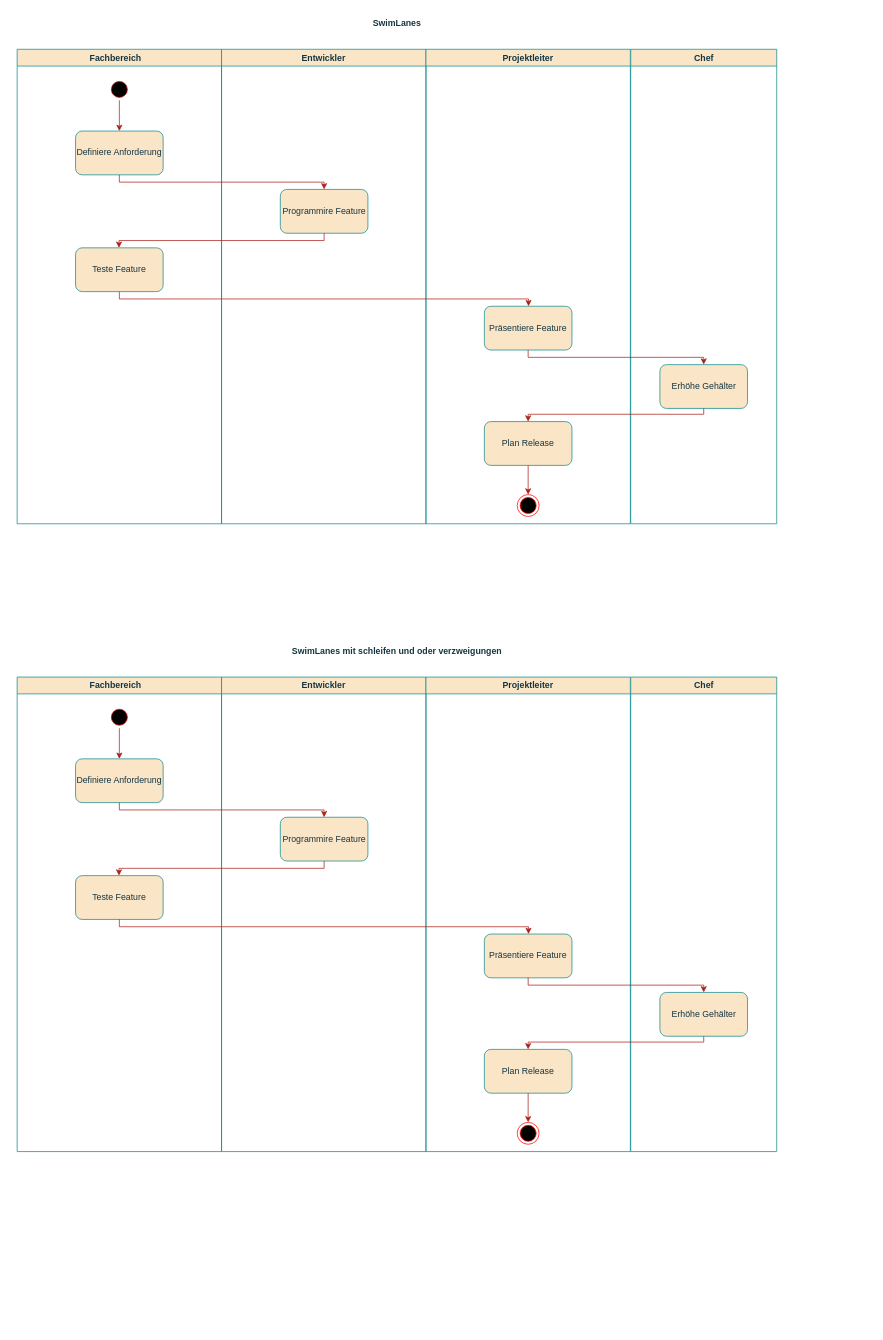
This is AktivitätsDiagramm.drawio from PythonPokemon/Draw.io, a draw.io file, before an edit. Source tidied: cells renumbered, new cells numbered last; positions are measured from the earlier drawing's top-left corner, leaving out a move shared by most shapes. Both pictures are drawn from the tidied source at 73%, with x=0, y=0 at pixel (17, 12).
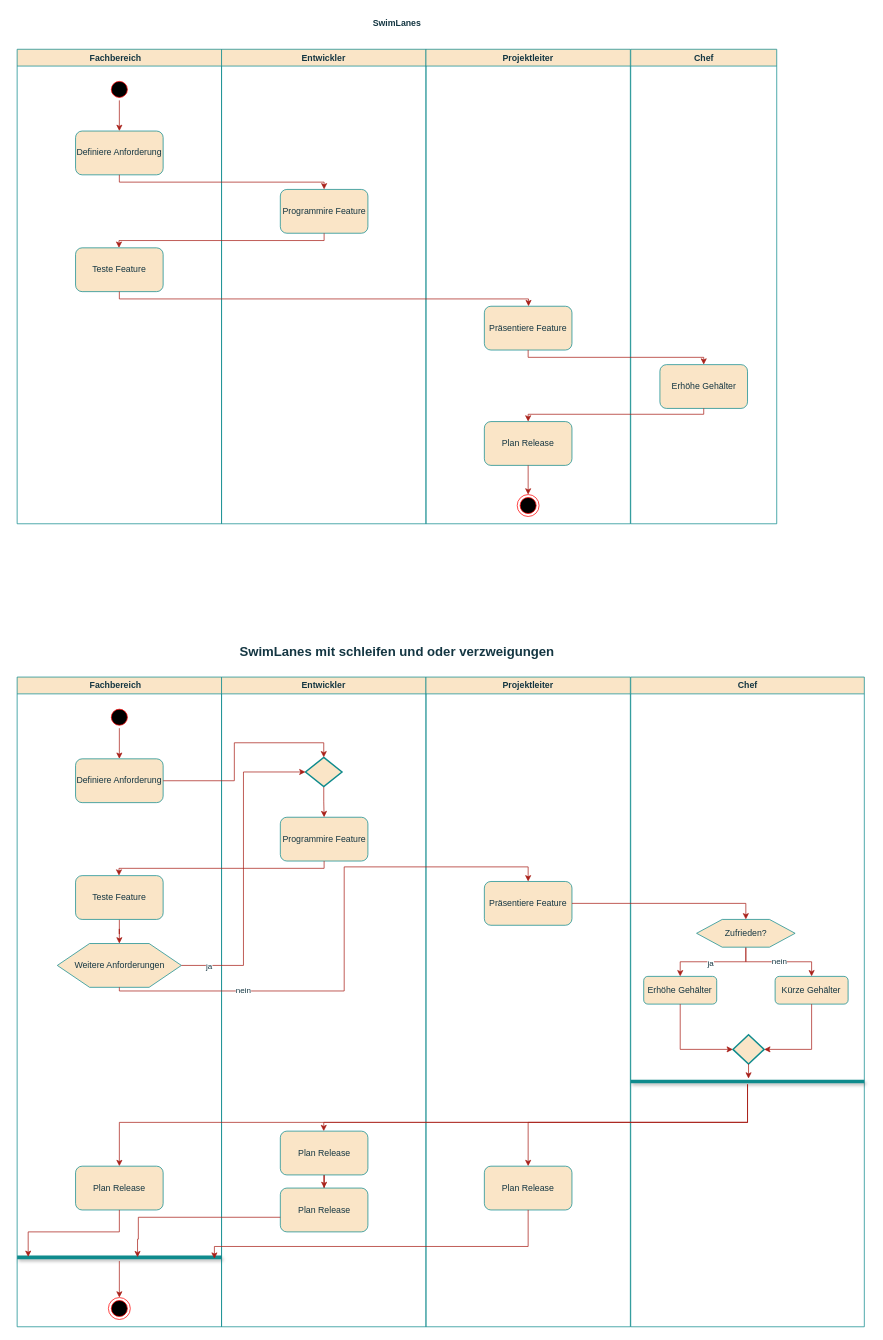
After the change.

The change refers to these unchanged cells:
```xml
<mxCell id="23" value="Definiere Anforderung" style="rounded=1;whiteSpace=wrap;html=1;labelBackgroundColor=none;fillColor=#FAE5C7;strokeColor=#0F8B8D;fontColor=#143642;" parent="22" vertex="1">
  <mxGeometry x="80" y="112" width="120" height="60" as="geometry" />
</mxCell>
<mxCell id="24" value="Teste Feature" style="rounded=1;whiteSpace=wrap;html=1;labelBackgroundColor=none;fillColor=#FAE5C7;strokeColor=#0F8B8D;fontColor=#143642;" parent="22" vertex="1">
  <mxGeometry x="80" y="272" width="120" height="60" as="geometry" />
</mxCell>
<mxCell id="28" value="Programmire Feature" style="rounded=1;whiteSpace=wrap;html=1;labelBackgroundColor=none;fillColor=#FAE5C7;strokeColor=#0F8B8D;fontColor=#143642;" parent="27" vertex="1">
  <mxGeometry x="80.5" y="192" width="120" height="60" as="geometry" />
</mxCell>
```

Diff of the diagram source:
```diff
@@
     <mxCell id="22" value="Fachbereich   " style="swimlane;whiteSpace=wrap;labelBackgroundColor=none;fillColor=#FAE5C7;strokeColor=#0F8B8D;fontColor=#143642;" parent="1" vertex="1">
-      <mxGeometry y="910" width="280" height="650" as="geometry" />
+      <mxGeometry y="910" width="280" height="890" as="geometry" />
     </mxCell>
@@
+    <mxCell id="42" style="edgeStyle=orthogonalEdgeStyle;rounded=0;jettySize=auto;html=1;strokeColor=#A8201A;fontColor=#143642;fillColor=#FAE5C7;" parent="22" edge="1" source="24" target="43">
+      <mxGeometry relative="1" as="geometry" />
+    </mxCell>
@@
+    <mxCell id="43" style="verticalLabelPosition=bottom;verticalAlign=top;html=1;shape=hexagon;perimeter=hexagonPerimeter2;arcSize=6;size=0.26;strokeColor=#0F8B8D;fontColor=#143642;fillColor=#FAE5C7;" parent="22" vertex="1">
+      <mxGeometry x="55" y="365" width="170" height="60" as="geometry" />
+    </mxCell>
+    <mxCell id="44" value="Weitere Anforderungen" style="text;html=1;align=center;verticalAlign=middle;strokeColor=none;fillColor=none;fontColor=#143642;" parent="22" vertex="1">
+      <mxGeometry x="65" y="380" width="150" height="30" as="geometry" />
+    </mxCell>
+    <mxCell id="45" value="Plan Release" style="rounded=1;whiteSpace=wrap;html=1;strokeColor=#0F8B8D;fontColor=#143642;fillColor=#FAE5C7;" parent="22" vertex="1">
+      <mxGeometry x="80" y="670" width="120" height="60" as="geometry" />
+    </mxCell>
+    <mxCell id="46" style="line;strokeWidth=5;fillColor=none;align=left;verticalAlign=middle;spacingTop=-1;spacingLeft=3;spacingRight=3;labelPosition=right;points=[];portConstraint=eastwest;strokeColor=inherit;fontColor=#143642;shadow=1;" parent="22" vertex="1">
+      <mxGeometry y="790" width="280" height="10" as="geometry" />
+    </mxCell>
+    <mxCell id="39" style="ellipse;html=1;shape=endState;fillColor=#000000;strokeColor=#ff0000;fontColor=#143642;" parent="22" vertex="1">
+      <mxGeometry x="125" y="850" width="30" height="30" as="geometry" />
+    </mxCell>
+    <mxCell id="47" style="edgeStyle=orthogonalEdgeStyle;rounded=0;jettySize=auto;html=1;entryX=0.5;entryY=0;entryDx=0;entryDy=0;strokeColor=#A8201A;fontColor=#143642;fillColor=#FAE5C7;" parent="22" edge="1" source="46" target="39">
+      <mxGeometry relative="1" as="geometry">
+        <Array as="points">
+          <mxPoint x="140" y="830" />
+          <mxPoint x="140" y="830" />
+        </Array>
+      </mxGeometry>
+    </mxCell>
+    <mxCell id="48" style="edgeStyle=orthogonalEdgeStyle;rounded=0;jettySize=auto;html=1;entryX=0.054;entryY=0.43;entryDx=0;entryDy=0;entryPerimeter=0;strokeColor=#A8201A;fontColor=#143642;fillColor=#FAE5C7;" parent="22" edge="1" source="45" target="46">
+      <mxGeometry relative="1" as="geometry">
+        <Array as="points">
+          <mxPoint x="140" y="760" />
+          <mxPoint x="15" y="760" />
+        </Array>
+      </mxGeometry>
+    </mxCell>
     <mxCell id="27" value="Entwickler" style="swimlane;whiteSpace=wrap;labelBackgroundColor=none;fillColor=#FAE5C7;strokeColor=#0F8B8D;fontColor=#143642;" parent="1" vertex="1">
-      <mxGeometry x="280" y="910" width="280" height="650" as="geometry" />
+      <mxGeometry x="280" y="910" width="280" height="890" as="geometry" />
     </mxCell>
@@
+    <mxCell id="49" style="edgeStyle=orthogonalEdgeStyle;rounded=0;jettySize=auto;html=1;strokeColor=#A8201A;fontColor=#143642;fillColor=#FAE5C7;" parent="27" edge="1" source="50" target="28">
+      <mxGeometry relative="1" as="geometry" />
+    </mxCell>
+    <mxCell id="50" style="strokeWidth=2;html=1;shape=mxgraph.flowchart.decision;whiteSpace=wrap;strokeColor=#0F8B8D;fontColor=#143642;fillColor=#FAE5C7;" parent="27" vertex="1">
+      <mxGeometry x="115" y="110" width="50" height="40" as="geometry" />
+    </mxCell>
+    <mxCell id="51" style="edgeStyle=orthogonalEdgeStyle;rounded=0;jettySize=auto;html=1;entryX=0.5;entryY=0;entryDx=0;entryDy=0;strokeColor=#A8201A;fontColor=#143642;fillColor=#FAE5C7;" parent="27" edge="1" source="52" target="31">
+      <mxGeometry relative="1" as="geometry" />
+    </mxCell>
+    <mxCell id="52" value="Plan Release" style="rounded=1;whiteSpace=wrap;html=1;strokeColor=#0F8B8D;fontColor=#143642;fillColor=#FAE5C7;" parent="27" vertex="1">
+      <mxGeometry x="80.5" y="622" width="120" height="60" as="geometry" />
+    </mxCell>
+    <mxCell id="31" value="Plan Release" style="rounded=1;whiteSpace=wrap;html=1;strokeColor=#0F8B8D;fontColor=#143642;fillColor=#FAE5C7;" parent="27" vertex="1">
+      <mxGeometry x="80.5" y="700" width="120" height="60" as="geometry" />
+    </mxCell>
     <mxCell id="29" value="Projektleiter" style="swimlane;whiteSpace=wrap;startSize=23;labelBackgroundColor=none;fillColor=#FAE5C7;strokeColor=#0F8B8D;fontColor=#143642;" parent="1" vertex="1">
-      <mxGeometry x="560" y="910" width="280" height="650" as="geometry" />
+      <mxGeometry x="560" y="910" width="280" height="890" as="geometry" />
     </mxCell>
     <mxCell id="30" value="Präsentiere Feature" style="rounded=1;whiteSpace=wrap;html=1;labelBackgroundColor=none;fillColor=#FAE5C7;strokeColor=#0F8B8D;fontColor=#143642;" parent="29" vertex="1">
-      <mxGeometry x="80" y="352" width="120" height="60" as="geometry" />
+      <mxGeometry x="80" y="280" width="120" height="60" as="geometry" />
     </mxCell>
-    <mxCell id="31" value="Plan Release" style="rounded=1;whiteSpace=wrap;html=1;strokeColor=#0F8B8D;fontColor=#143642;fillColor=#FAE5C7;" parent="29" vertex="1">
-      <mxGeometry x="80" y="510" width="120" height="60" as="geometry" />
-    </mxCell>
+    <mxCell id="53" value="Plan Release" style="rounded=1;whiteSpace=wrap;html=1;strokeColor=#0F8B8D;fontColor=#143642;fillColor=#FAE5C7;" parent="29" vertex="1">
+      <mxGeometry x="80" y="670" width="120" height="60" as="geometry" />
+    </mxCell>
     <mxCell id="32" value="Chef" style="swimlane;whiteSpace=wrap;html=1;labelBackgroundColor=none;fillColor=#FAE5C7;strokeColor=#0F8B8D;fontColor=#143642;" parent="1" vertex="1">
-      <mxGeometry x="840.5" y="910" width="200" height="650" as="geometry" />
+      <mxGeometry x="840.5" y="910" width="320" height="890" as="geometry" />
     </mxCell>
     <mxCell id="33" value="Erhöhe Gehälter" style="rounded=1;whiteSpace=wrap;html=1;labelBackgroundColor=none;fillColor=#FAE5C7;strokeColor=#0F8B8D;fontColor=#143642;" parent="32" vertex="1">
-      <mxGeometry x="40" y="432" width="120" height="60" as="geometry" />
+      <mxGeometry x="17.8" y="410" width="100" height="38" as="geometry" />
     </mxCell>
-    <mxCell id="34" style="edgeStyle=orthogonalEdgeStyle;rounded=0;jettySize=auto;html=1;labelBackgroundColor=none;strokeColor=#A8201A;fontColor=default;" parent="1" edge="1" source="23" target="28">
-      <mxGeometry relative="1" as="geometry">
-        <Array as="points">
-          <mxPoint x="139.5" y="1092" />
-          <mxPoint x="420.5" y="1092" />
-        </Array>
-      </mxGeometry>
-    </mxCell>
+    <mxCell id="54" style="edgeStyle=orthogonalEdgeStyle;rounded=0;jettySize=auto;html=1;entryX=0.5;entryY=0;entryDx=0;entryDy=0;strokeColor=#A8201A;fontColor=#143642;fillColor=#FAE5C7;" parent="32" edge="1" source="58" target="33">
+      <mxGeometry relative="1" as="geometry" />
+    </mxCell>
+    <mxCell id="55" value="ja" style="edgeLabel;html=1;align=center;verticalAlign=middle;strokeColor=#0F8B8D;fontColor=#143642;fillColor=#FAE5C7;" parent="54" vertex="1">
+      <mxGeometry x="0.05" y="1" relative="1" as="geometry">
+        <mxPoint x="-1" as="offset" />
+      </mxGeometry>
+    </mxCell>
+    <mxCell id="56" style="edgeStyle=orthogonalEdgeStyle;rounded=0;jettySize=auto;html=1;entryX=0.5;entryY=0;entryDx=0;entryDy=0;strokeColor=#A8201A;fontColor=#143642;fillColor=#FAE5C7;" parent="32" edge="1" source="58" target="60">
+      <mxGeometry relative="1" as="geometry" />
+    </mxCell>
+    <mxCell id="57" value="nein" style="edgeLabel;html=1;align=center;verticalAlign=middle;strokeColor=#0F8B8D;fontColor=#143642;fillColor=#FAE5C7;" parent="56" vertex="1">
+      <mxGeometry x="0.02" y="2" relative="1" as="geometry">
+        <mxPoint x="-1" as="offset" />
+      </mxGeometry>
+    </mxCell>
+    <mxCell id="58" style="verticalLabelPosition=bottom;verticalAlign=top;html=1;shape=hexagon;perimeter=hexagonPerimeter2;arcSize=6;size=0.26;strokeColor=#0F8B8D;fontColor=#143642;fillColor=#FAE5C7;" parent="32" vertex="1">
+      <mxGeometry x="90.2" y="332" width="135" height="38" as="geometry" />
+    </mxCell>
+    <mxCell id="59" value="Zufrieden?" style="text;html=1;align=center;verticalAlign=middle;strokeColor=none;fillColor=none;fontColor=#143642;" parent="32" vertex="1">
+      <mxGeometry x="117.8" y="336" width="80" height="30" as="geometry" />
+    </mxCell>
+    <mxCell id="60" value="Kürze Gehälter" style="rounded=1;whiteSpace=wrap;html=1;labelBackgroundColor=none;fillColor=#FAE5C7;strokeColor=#0F8B8D;fontColor=#143642;" parent="32" vertex="1">
+      <mxGeometry x="197.8" y="410" width="100" height="38" as="geometry" />
+    </mxCell>
+    <mxCell id="61" style="strokeWidth=2;html=1;shape=mxgraph.flowchart.decision;whiteSpace=wrap;strokeColor=#0F8B8D;fontColor=#143642;fillColor=#FAE5C7;" parent="32" vertex="1">
+      <mxGeometry x="140" y="490" width="42.8" height="40" as="geometry" />
+    </mxCell>
+    <mxCell id="62" style="edgeStyle=orthogonalEdgeStyle;rounded=0;jettySize=auto;html=1;entryX=0;entryY=0.5;entryDx=0;entryDy=0;entryPerimeter=0;strokeColor=#A8201A;fontColor=#143642;fillColor=#FAE5C7;" parent="32" edge="1" source="33" target="61">
+      <mxGeometry relative="1" as="geometry">
+        <Array as="points">
+          <mxPoint x="68" y="510" />
+        </Array>
+      </mxGeometry>
+    </mxCell>
+    <mxCell id="63" style="edgeStyle=orthogonalEdgeStyle;rounded=0;jettySize=auto;html=1;entryX=1;entryY=0.5;entryDx=0;entryDy=0;entryPerimeter=0;strokeColor=#A8201A;fontColor=#143642;fillColor=#FAE5C7;" parent="32" edge="1" source="60" target="61">
+      <mxGeometry relative="1" as="geometry">
+        <Array as="points">
+          <mxPoint x="248" y="510" />
+        </Array>
+      </mxGeometry>
+    </mxCell>
+    <mxCell id="64" style="line;strokeWidth=5;fillColor=#000000;align=left;verticalAlign=middle;spacingTop=-1;spacingLeft=3;spacingRight=3;labelPosition=right;points=[];portConstraint=eastwest;strokeColor=inherit;fontColor=#143642;shadow=1;" parent="32" vertex="1">
+      <mxGeometry y="550" width="320" height="8" as="geometry" />
+    </mxCell>
+    <mxCell id="65" style="edgeStyle=orthogonalEdgeStyle;rounded=0;jettySize=auto;html=1;entryX=0.504;entryY=0;entryDx=0;entryDy=0;entryPerimeter=0;strokeColor=#A8201A;fontColor=#143642;fillColor=#FAE5C7;" parent="32" edge="1" source="61" target="64">
+      <mxGeometry relative="1" as="geometry" />
+    </mxCell>
@@
-    <mxCell id="36" style="edgeStyle=orthogonalEdgeStyle;rounded=0;jettySize=auto;html=1;labelBackgroundColor=none;strokeColor=#A8201A;fontColor=default;" parent="1" edge="1" source="24" target="30">
-      <mxGeometry relative="1" as="geometry">
-        <Array as="points">
-          <mxPoint x="139.5" y="1252" />
-          <mxPoint x="700.5" y="1252" />
-        </Array>
-      </mxGeometry>
-    </mxCell>
-    <mxCell id="37" style="edgeStyle=orthogonalEdgeStyle;rounded=0;jettySize=auto;html=1;labelBackgroundColor=none;strokeColor=#A8201A;fontColor=default;" parent="1" edge="1" source="30" target="33">
-      <mxGeometry relative="1" as="geometry">
-        <Array as="points">
-          <mxPoint x="700.5" y="1332" />
-          <mxPoint x="940.5" y="1332" />
-        </Array>
-      </mxGeometry>
-    </mxCell>
-    <mxCell id="38" style="edgeStyle=orthogonalEdgeStyle;rounded=0;jettySize=auto;html=1;entryX=0.5;entryY=0;entryDx=0;entryDy=0;strokeColor=#A8201A;fontColor=#143642;fillColor=#FAE5C7;" parent="1" edge="1" source="33" target="31">
-      <mxGeometry relative="1" as="geometry">
-        <Array as="points">
-          <mxPoint x="940" y="1410" />
-          <mxPoint x="700" y="1410" />
-        </Array>
-      </mxGeometry>
-    </mxCell>
-    <mxCell id="39" style="ellipse;html=1;shape=endState;fillColor=#000000;strokeColor=#ff0000;fontColor=#143642;" parent="1" vertex="1">
-      <mxGeometry x="685" y="1520" width="30" height="30" as="geometry" />
-    </mxCell>
-    <mxCell id="40" style="edgeStyle=orthogonalEdgeStyle;rounded=0;jettySize=auto;html=1;strokeColor=#A8201A;fontColor=#143642;fillColor=#FAE5C7;" parent="1" edge="1" source="31" target="39">
-      <mxGeometry relative="1" as="geometry" />
-    </mxCell>
-    <mxCell id="41" value="&lt;b&gt;SwimLanes mit schleifen und oder verzweigungen&lt;/b&gt;" style="text;html=1;align=center;verticalAlign=middle;strokeColor=none;fillColor=none;fontColor=#143642;" parent="1" vertex="1">
-      <mxGeometry x="365" y="860" width="310" height="30" as="geometry" />
+    <mxCell id="41" value="&lt;b&gt;&lt;font style=&quot;font-size: 18px;&quot;&gt;SwimLanes mit schleifen und oder verzweigungen&lt;/font&gt;&lt;/b&gt;" style="text;html=1;align=center;verticalAlign=middle;strokeColor=none;fillColor=none;fontColor=#143642;" parent="1" vertex="1">
+      <mxGeometry x="295" y="855" width="450" height="40" as="geometry" />
     </mxCell>
+    <mxCell id="66" style="edgeStyle=orthogonalEdgeStyle;rounded=0;jettySize=auto;html=1;entryX=0;entryY=0.5;entryDx=0;entryDy=0;entryPerimeter=0;strokeColor=#A8201A;fontColor=#143642;fillColor=#FAE5C7;endSize=6;jumpSize=10;targetPerimeterSpacing=0;" parent="1" edge="1" source="43" target="50">
+      <mxGeometry relative="1" as="geometry" />
+    </mxCell>
+    <mxCell id="67" value="ja" style="edgeLabel;html=1;align=center;verticalAlign=middle;strokeColor=#0F8B8D;fontColor=#143642;fillColor=#FAE5C7;" parent="66" vertex="1">
+      <mxGeometry x="-0.83" relative="1" as="geometry" />
+    </mxCell>
+    <mxCell id="68" style="edgeStyle=orthogonalEdgeStyle;rounded=0;jettySize=auto;html=1;entryX=0.5;entryY=0;entryDx=0;entryDy=0;entryPerimeter=0;strokeColor=#A8201A;fontColor=#143642;fillColor=#FAE5C7;" parent="1" edge="1" source="23" target="50">
+      <mxGeometry relative="1" as="geometry" />
+    </mxCell>
+    <mxCell id="69" style="edgeStyle=orthogonalEdgeStyle;rounded=0;jettySize=auto;html=1;entryX=0.5;entryY=0;entryDx=0;entryDy=0;strokeColor=#A8201A;fontColor=#143642;fillColor=#FAE5C7;" parent="1" edge="1" source="43" target="30">
+      <mxGeometry relative="1" as="geometry">
+        <Array as="points">
+          <mxPoint x="140" y="1340" />
+          <mxPoint x="448" y="1340" />
+          <mxPoint x="448" y="1170" />
+          <mxPoint x="700" y="1170" />
+          <mxPoint x="700" y="1180" />
+        </Array>
+      </mxGeometry>
+    </mxCell>
+    <mxCell id="70" value="nein" style="edgeLabel;html=1;align=center;verticalAlign=middle;strokeColor=#0F8B8D;fontColor=#143642;fillColor=#FAE5C7;" parent="69" vertex="1">
+      <mxGeometry x="-0.54" y="2" relative="1" as="geometry" />
+    </mxCell>
+    <mxCell id="71" style="edgeStyle=orthogonalEdgeStyle;rounded=0;jettySize=auto;html=1;strokeColor=#A8201A;fontColor=#143642;fillColor=#FAE5C7;entryX=0.5;entryY=0;entryDx=0;entryDy=0;" parent="1" edge="1" source="30" target="58">
+      <mxGeometry relative="1" as="geometry" />
+    </mxCell>
+    <mxCell id="72" style="edgeStyle=orthogonalEdgeStyle;rounded=0;jettySize=auto;html=1;strokeColor=#A8201A;fontColor=#143642;fillColor=#FAE5C7;" parent="1" edge="1" source="64" target="52">
+      <mxGeometry relative="1" as="geometry">
+        <Array as="points">
+          <mxPoint x="1000" y="1520" />
+          <mxPoint x="420" y="1520" />
+        </Array>
+      </mxGeometry>
+    </mxCell>
+    <mxCell id="73" style="edgeStyle=orthogonalEdgeStyle;rounded=0;jettySize=auto;html=1;entryX=0.5;entryY=0;entryDx=0;entryDy=0;strokeColor=#A8201A;fontColor=#143642;fillColor=#FAE5C7;" parent="1" edge="1" source="64" target="45">
+      <mxGeometry relative="1" as="geometry">
+        <Array as="points">
+          <mxPoint x="1000" y="1520" />
+          <mxPoint x="140" y="1520" />
+        </Array>
+      </mxGeometry>
+    </mxCell>
+    <mxCell id="74" style="edgeStyle=orthogonalEdgeStyle;rounded=0;jettySize=auto;html=1;entryX=0.5;entryY=0;entryDx=0;entryDy=0;strokeColor=#A8201A;fontColor=#143642;fillColor=#FAE5C7;" parent="1" edge="1" source="64" target="53">
+      <mxGeometry relative="1" as="geometry">
+        <Array as="points">
+          <mxPoint x="1000" y="1520" />
+          <mxPoint x="700" y="1520" />
+        </Array>
+      </mxGeometry>
+    </mxCell>
+    <mxCell id="75" style="edgeStyle=orthogonalEdgeStyle;rounded=0;jettySize=auto;html=1;entryX=0.965;entryY=0.678;entryDx=0;entryDy=0;entryPerimeter=0;strokeColor=#A8201A;fontColor=#143642;fillColor=#FAE5C7;" parent="1" edge="1" source="53" target="46">
+      <mxGeometry relative="1" as="geometry">
+        <Array as="points">
+          <mxPoint x="700" y="1690" />
+          <mxPoint x="270" y="1690" />
+        </Array>
+      </mxGeometry>
+    </mxCell>
+    <mxCell id="76" style="edgeStyle=orthogonalEdgeStyle;rounded=0;jettySize=auto;html=1;entryX=0.589;entryY=0.48;entryDx=0;entryDy=0;entryPerimeter=0;strokeColor=#A8201A;fontColor=#143642;fillColor=#FAE5C7;" parent="1" edge="1" source="31" target="46">
+      <mxGeometry relative="1" as="geometry">
+        <Array as="points">
+          <mxPoint x="166" y="1650" />
+          <mxPoint x="166" y="1680" />
+          <mxPoint x="165" y="1680" />
+        </Array>
+      </mxGeometry>
+    </mxCell>
```
